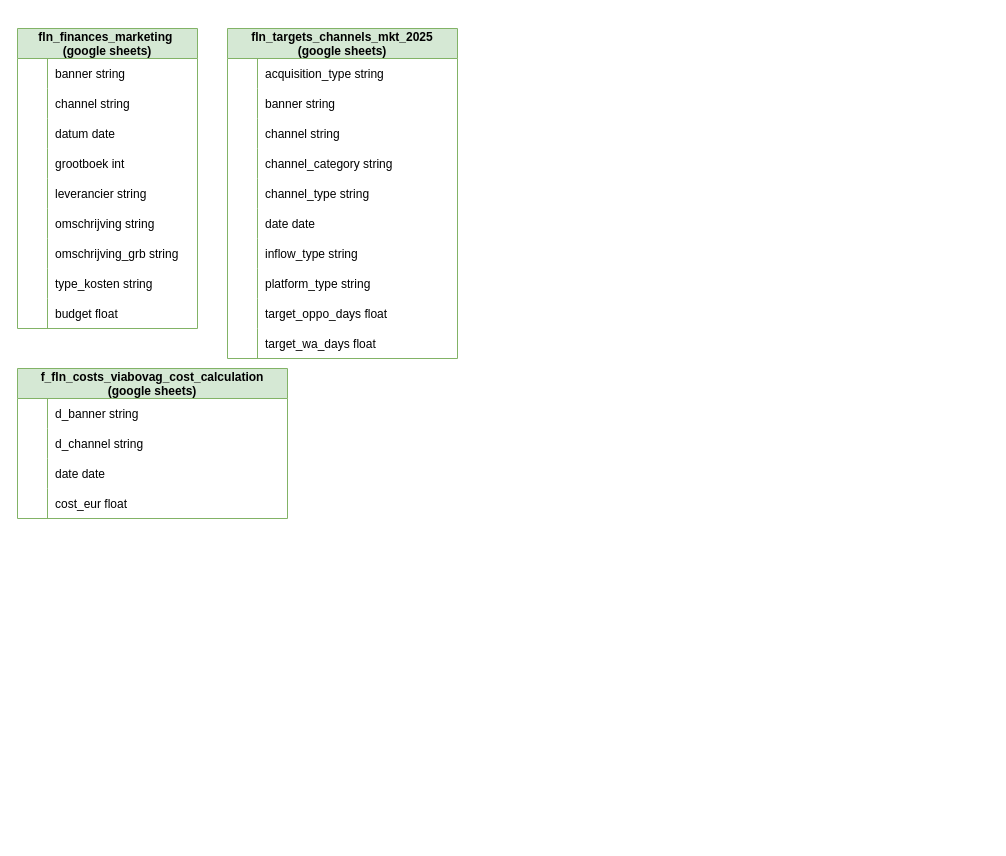
The draw.io diagram funnel_mapping.drawio in YveTDS/Draw_io, before the edit. Source tidied: cells renumbered, new cells numbered last; positions are measured from the earlier drawing's top-left corner, leaving out a move shared by most shapes. Both pictures are drawn from the tidied source at 100%, with x=0, y=0 at pixel (17, 28).
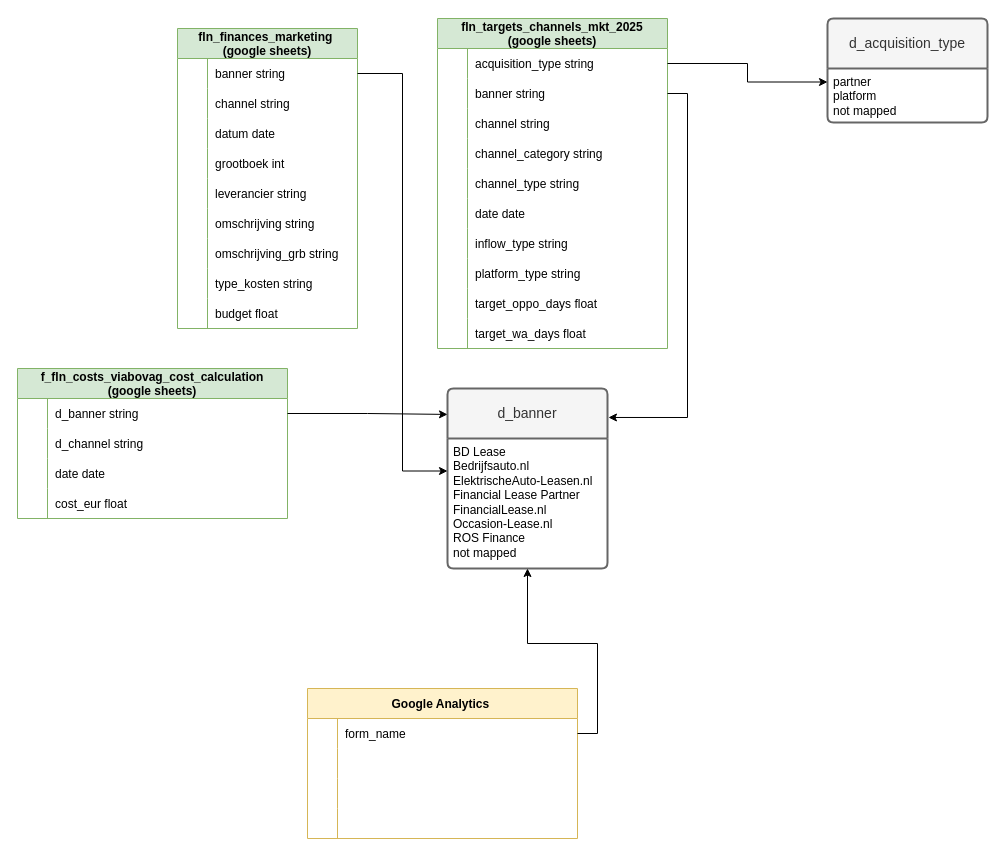
Above is the later version.

Unchanged cells that the change refers to:
```xml
<mxCell id="3" style="shape=tableRow;horizontal=0;startSize=0;swimlaneHead=0;swimlaneBody=0;fillColor=none;points=[[0,0.5],[1,0.5]];portConstraint=eastwest;strokeColor=inherit;top=0;left=0;right=0;bottom=0;" parent="2" vertex="1">
  <mxGeometry y="30" width="180" height="30" as="geometry" />
</mxCell>
<mxCell id="31" style="shape=tableRow;horizontal=0;startSize=0;swimlaneHead=0;swimlaneBody=0;fillColor=none;points=[[0,0.5],[1,0.5]];portConstraint=eastwest;strokeColor=inherit;top=0;left=0;right=0;bottom=0;" parent="30" vertex="1">
  <mxGeometry y="30" width="270" height="30" as="geometry" />
</mxCell>
<mxCell id="44" style="shape=tableRow;horizontal=0;startSize=0;swimlaneHead=0;swimlaneBody=0;fillColor=none;points=[[0,0.5],[1,0.5]];portConstraint=eastwest;strokeColor=inherit;top=0;left=0;right=0;bottom=0;" parent="43" vertex="1">
  <mxGeometry y="30" width="230" height="30" as="geometry" />
</mxCell>
<mxCell id="47" style="shape=tableRow;horizontal=0;startSize=0;swimlaneHead=0;swimlaneBody=0;fillColor=none;points=[[0,0.5],[1,0.5]];portConstraint=eastwest;strokeColor=inherit;top=0;left=0;right=0;bottom=0;" parent="43" vertex="1">
  <mxGeometry y="60" width="230" height="30" as="geometry" />
</mxCell>
```

What changed in the source:
```diff
@@
     <mxCell id="2" value="fln_finances_marketing &#10;(google sheets)" style="shape=table;startSize=30;childLayout=tableLayout;rowLines=0;fontStyle=1;align=center;fillColor=#d5e8d4;strokeColor=#82b366;swimlaneFillColor=default;rounded=0;swimlaneLine=1;shadow=0;columnLines=1;noLabel=0;" parent="1" vertex="1">
-      <mxGeometry width="180" height="300" as="geometry" />
+      <mxGeometry x="160" width="180" height="300" as="geometry" />
     </mxCell>
@@
     <mxCell id="43" value="fln_targets_channels_mkt_2025&#10;(google sheets)" style="shape=table;startSize=30;childLayout=tableLayout;rowLines=0;fontStyle=1;align=center;fillColor=#d5e8d4;strokeColor=#82b366;swimlaneFillColor=default;" parent="1" vertex="1">
-      <mxGeometry x="210" width="230" height="330" as="geometry" />
+      <mxGeometry x="420" y="-10" width="230" height="330" as="geometry" />
     </mxCell>
@@
+    <mxCell id="74" value="d_acquisition_type" style="swimlane;horizontal=1;startSize=50;rounded=1;fontSize=14;fontStyle=0;strokeWidth=2;shadow=0;dashed=0;align=center;arcSize=4;whiteSpace=wrap;html=1;fillColor=#f5f5f5;fontColor=#333333;strokeColor=#666666;" parent="1" vertex="1">
+      <mxGeometry x="810" y="-10" width="160" height="104" as="geometry" />
+    </mxCell>
+    <mxCell id="75" value="partner&lt;div&gt;platform&lt;/div&gt;&lt;div&gt;not mapped&lt;/div&gt;" style="align=left;strokeColor=none;fillColor=none;spacingLeft=4;spacingRight=4;fontSize=12;verticalAlign=top;html=1;whiteSpace=wrap;" parent="74" vertex="1">
+      <mxGeometry y="50" width="160" height="54" as="geometry" />
+    </mxCell>
+    <mxCell id="76" style="edgeStyle=orthogonalEdgeStyle;rounded=0;jettySize=auto;html=1;exitX=1;exitY=0.5;exitDx=0;exitDy=0;entryX=0;entryY=0.25;entryDx=0;entryDy=0;" parent="1" edge="1" source="44" target="75">
+      <mxGeometry relative="1" as="geometry" />
+    </mxCell>
+    <mxCell id="77" value="d_banner" style="swimlane;horizontal=1;startSize=50;rounded=1;fontSize=14;fontStyle=0;strokeWidth=2;shadow=0;dashed=0;align=center;arcSize=4;whiteSpace=wrap;html=1;fillColor=#f5f5f5;fontColor=#333333;strokeColor=#666666;" parent="1" vertex="1">
+      <mxGeometry x="430" y="360" width="160" height="180" as="geometry" />
+    </mxCell>
+    <mxCell id="78" value="BD Lease&lt;div&gt;Bedrijfsauto.nl&lt;/div&gt;&lt;div&gt;ElektrischeAuto-Leasen.nl&lt;/div&gt;&lt;div&gt;Financial Lease Partner&lt;/div&gt;&lt;div&gt;FinancialLease.nl&lt;/div&gt;&lt;div&gt;Occasion-Lease.nl&lt;/div&gt;&lt;div&gt;ROS Finance&amp;nbsp;&lt;/div&gt;&lt;div&gt;not mapped&lt;/div&gt;" style="align=left;strokeColor=none;fillColor=none;spacingLeft=4;spacingRight=4;fontSize=12;verticalAlign=top;html=1;whiteSpace=wrap;" parent="77" vertex="1">
+      <mxGeometry y="50" width="160" height="130" as="geometry" />
+    </mxCell>
+    <mxCell id="79" style="edgeStyle=orthogonalEdgeStyle;rounded=0;jettySize=auto;html=1;exitX=1;exitY=0.5;exitDx=0;exitDy=0;entryX=0;entryY=0.25;entryDx=0;entryDy=0;" parent="1" edge="1" source="3" target="78">
+      <mxGeometry relative="1" as="geometry" />
+    </mxCell>
+    <mxCell id="80" style="edgeStyle=orthogonalEdgeStyle;rounded=0;jettySize=auto;html=1;exitX=1;exitY=0.5;exitDx=0;exitDy=0;entryX=0;entryY=0.144;entryDx=0;entryDy=0;entryPerimeter=0;" parent="1" edge="1" source="31" target="77">
+      <mxGeometry relative="1" as="geometry" />
+    </mxCell>
+    <mxCell id="81" style="edgeStyle=orthogonalEdgeStyle;rounded=0;jettySize=auto;html=1;exitX=1;exitY=0.5;exitDx=0;exitDy=0;entryX=1.006;entryY=0.161;entryDx=0;entryDy=0;entryPerimeter=0;" parent="1" edge="1" source="47" target="77">
+      <mxGeometry relative="1" as="geometry" />
+    </mxCell>
+    <mxCell id="82" value="Google Analytics " style="shape=table;startSize=30;childLayout=tableLayout;rowLines=0;fontStyle=1;align=center;fillColor=#fff2cc;strokeColor=#d6b656;swimlaneFillColor=default;" parent="1" vertex="1">
+      <mxGeometry x="290" y="660" width="270" height="150" as="geometry" />
+    </mxCell>
+    <mxCell id="83" style="shape=tableRow;horizontal=0;startSize=0;swimlaneHead=0;swimlaneBody=0;fillColor=none;points=[[0,0.5],[1,0.5]];portConstraint=eastwest;strokeColor=inherit;top=0;left=0;right=0;bottom=0;" parent="82" vertex="1">
+      <mxGeometry y="30" width="270" height="30" as="geometry" />
+    </mxCell>
+    <mxCell id="84" style="shape=partialRectangle;overflow=hidden;fillColor=none;strokeColor=inherit;top=0;left=0;bottom=0;right=0;" parent="83" vertex="1">
+      <mxGeometry width="30" height="30" as="geometry" />
+    </mxCell>
+    <mxCell id="85" value="form_name" style="shape=partialRectangle;overflow=hidden;fillColor=none;align=left;strokeColor=inherit;top=0;left=0;bottom=0;right=0;spacingLeft=6;" parent="83" vertex="1">
+      <mxGeometry x="30" width="240" height="30" as="geometry" />
+    </mxCell>
+    <mxCell id="86" style="shape=tableRow;horizontal=0;startSize=0;swimlaneHead=0;swimlaneBody=0;fillColor=none;strokeColor=inherit;top=0;left=0;right=0;bottom=0;" parent="82" vertex="1">
+      <mxGeometry y="60" width="270" height="30" as="geometry" />
+    </mxCell>
+    <mxCell id="87" style="shape=partialRectangle;overflow=hidden;fillColor=none;strokeColor=inherit;top=0;left=0;bottom=0;right=0;" parent="86" vertex="1">
+      <mxGeometry width="30" height="30" as="geometry" />
+    </mxCell>
+    <mxCell id="88" style="shape=partialRectangle;overflow=hidden;fillColor=none;align=left;strokeColor=inherit;top=0;left=0;bottom=0;right=0;spacingLeft=6;" parent="86" vertex="1">
+      <mxGeometry x="30" width="240" height="30" as="geometry" />
+    </mxCell>
+    <mxCell id="89" style="shape=tableRow;horizontal=0;startSize=0;swimlaneHead=0;swimlaneBody=0;fillColor=none;strokeColor=inherit;top=0;left=0;right=0;bottom=0;" parent="82" vertex="1">
+      <mxGeometry y="90" width="270" height="30" as="geometry" />
+    </mxCell>
+    <mxCell id="90" style="shape=partialRectangle;overflow=hidden;fillColor=none;strokeColor=inherit;top=0;left=0;bottom=0;right=0;" parent="89" vertex="1">
+      <mxGeometry width="30" height="30" as="geometry" />
+    </mxCell>
+    <mxCell id="91" style="shape=partialRectangle;overflow=hidden;fillColor=none;align=left;strokeColor=inherit;top=0;left=0;bottom=0;right=0;spacingLeft=6;" parent="89" vertex="1">
+      <mxGeometry x="30" width="240" height="30" as="geometry" />
+    </mxCell>
+    <mxCell id="92" style="shape=tableRow;horizontal=0;startSize=0;swimlaneHead=0;swimlaneBody=0;fillColor=none;strokeColor=inherit;top=0;left=0;right=0;bottom=0;" parent="82" vertex="1">
+      <mxGeometry y="120" width="270" height="30" as="geometry" />
+    </mxCell>
+    <mxCell id="93" style="shape=partialRectangle;overflow=hidden;fillColor=none;strokeColor=inherit;top=0;left=0;bottom=0;right=0;" parent="92" vertex="1">
+      <mxGeometry width="30" height="30" as="geometry" />
+    </mxCell>
+    <mxCell id="94" style="shape=partialRectangle;overflow=hidden;fillColor=none;align=left;strokeColor=inherit;top=0;left=0;bottom=0;right=0;spacingLeft=6;" parent="92" vertex="1">
+      <mxGeometry x="30" width="240" height="30" as="geometry" />
+    </mxCell>
+    <mxCell id="95" style="edgeStyle=orthogonalEdgeStyle;rounded=0;jettySize=auto;html=1;exitX=1;exitY=0.5;exitDx=0;exitDy=0;entryX=0.5;entryY=1;entryDx=0;entryDy=0;" parent="1" edge="1" source="83" target="78">
+      <mxGeometry relative="1" as="geometry" />
+    </mxCell>
```
